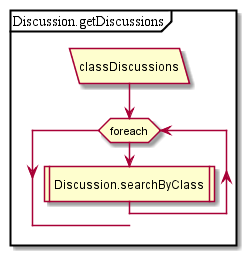
Before: test2/diagrams/Discussion.getDiscussions.png, a diagram exported from PlantUML (MaxXx1313/testwiki).
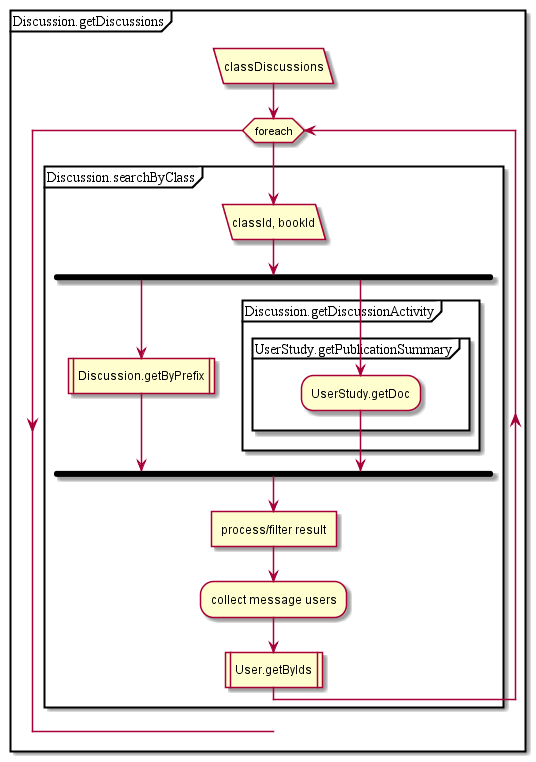
After the commit.

The edit, as a diff of the source:
```diff
@@ -2,7 +2,21 @@
 partition Discussion.getDiscussions {
 :classDiscussions/
 while (foreach)
-:Discussion.searchByClass|
+partition Discussion.searchByClass {
+:classId, bookId/
+fork
+:Discussion.getByPrefix|
+fork again
+partition Discussion.getDiscussionActivity {
+partition UserStudy.getPublicationSummary {
+:UserStudy.getDoc;
+}
+}
+endfork
+:process/filter result]
+:collect message users;
+:User.getByIds|
+}
 endwhile;
 }
 @enduml
```
